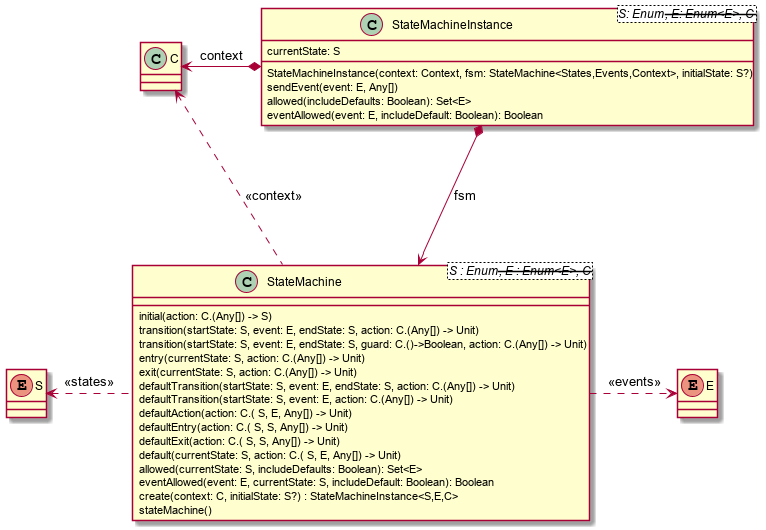
open-jumpco/open-jumpco.github.io keeps this PlantUML diagram as projects/kfsm/statemachine_model.png. Above is the earlier version.
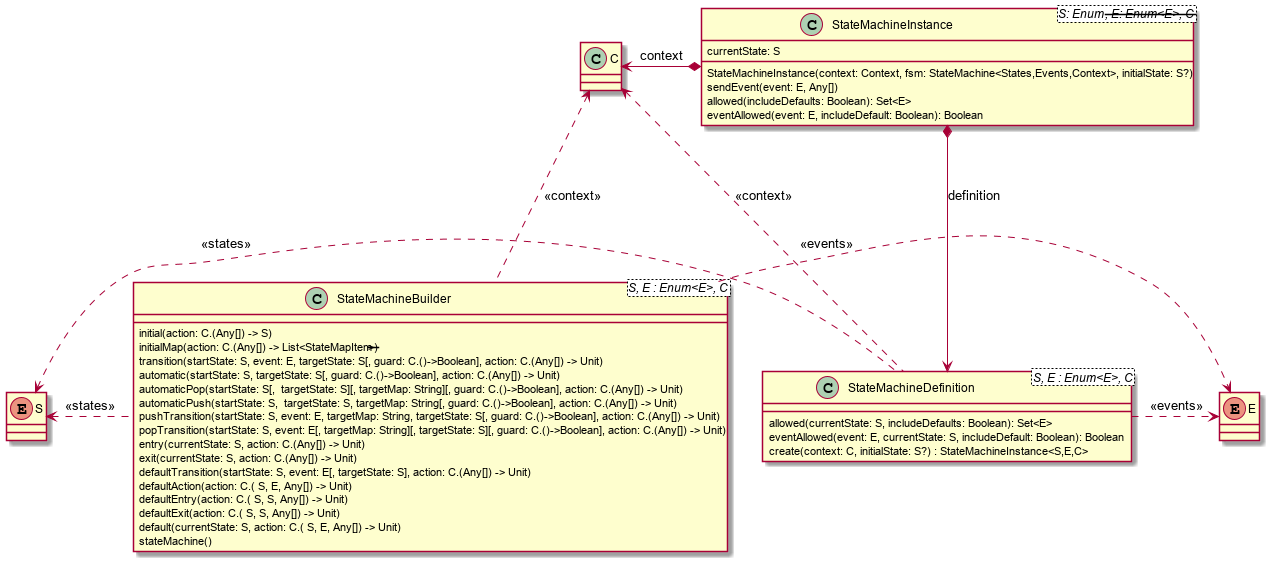
After the change.

What changed in the source:
```diff
@@ -7,22 +7,29 @@
 enum E {
 }
 
-class StateMachine<S : Enum<S>, E : Enum<E>, C> {
+class StateMachineBuilder<S, E : Enum<E>, C> {
     initial(action: C.(Any[]) -> S)
-    transition(startState: S, event: E, endState: S, action: C.(Any[]) -> Unit)
-    transition(startState: S, event: E, endState: S, guard: C.()->Boolean, action: C.(Any[]) -> Unit)
+    initialMap(action: C.(Any[]) -> List<StateMapItem<S>>)
+    transition(startState: S, event: E, targetState: S[, guard: C.()->Boolean], action: C.(Any[]) -> Unit)
+    automatic(startState: S, targetState: S[, guard: C.()->Boolean], action: C.(Any[]) -> Unit)
+    automaticPop(startState: S[,  targetState: S][, targetMap: String][, guard: C.()->Boolean], action: C.(Any[]) -> Unit)
+    automaticPush(startState: S,  targetState: S, targetMap: String[, guard: C.()->Boolean], action: C.(Any[]) -> Unit)
+    pushTransition(startState: S, event: E, targetMap: String, targetState: S[, guard: C.()->Boolean], action: C.(Any[]) -> Unit)
+    popTransition(startState: S, event: E[, targetMap: String][, targetState: S][, guard: C.()->Boolean], action: C.(Any[]) -> Unit)
     entry(currentState: S, action: C.(Any[]) -> Unit)
     exit(currentState: S, action: C.(Any[]) -> Unit)
-    defaultTransition(startState: S, event: E, endState: S, action: C.(Any[]) -> Unit)
-    defaultTransition(startState: S, event: E, action: C.(Any[]) -> Unit)
+    defaultTransition(startState: S, event: E[, targetState: S], action: C.(Any[]) -> Unit)
     defaultAction(action: C.( S, E, Any[]) -> Unit)
     defaultEntry(action: C.( S, S, Any[]) -> Unit)
     defaultExit(action: C.( S, S, Any[]) -> Unit)
     default(currentState: S, action: C.( S, E, Any[]) -> Unit)
+    stateMachine()
+}
+
+class StateMachineDefinition<S, E : Enum<E>, C> {
     allowed(currentState: S, includeDefaults: Boolean): Set<E>
     eventAllowed(event: E, currentState: S, includeDefault: Boolean): Boolean
     create(context: C, initialState: S?) : StateMachineInstance<S,E,C>
-    stateMachine()
 }
 
 class StateMachineInstance<S: Enum<S>, E: Enum<E>, C> {
@@ -33,11 +40,15 @@
     eventAllowed(event: E, includeDefault: Boolean): Boolean
 }
 
-StateMachine .left.> S : <<states>>
-StateMachine .right.> E : <<events>>
-StateMachine .up.> C : <<context>>
+StateMachineBuilder .left.> S : <<states>>
+StateMachineBuilder .right.> E : <<events>>
+StateMachineBuilder .up.> C : <<context>>
 
-StateMachineInstance *---> StateMachine : fsm
+StateMachineDefinition .left.> S : <<states>>
+StateMachineDefinition .right.> E : <<events>>
+StateMachineDefinition .up.> C : <<context>>
+
+StateMachineInstance *---> StateMachineDefinition : definition
 StateMachineInstance *-left-> C : context
 
 @enduml
```
